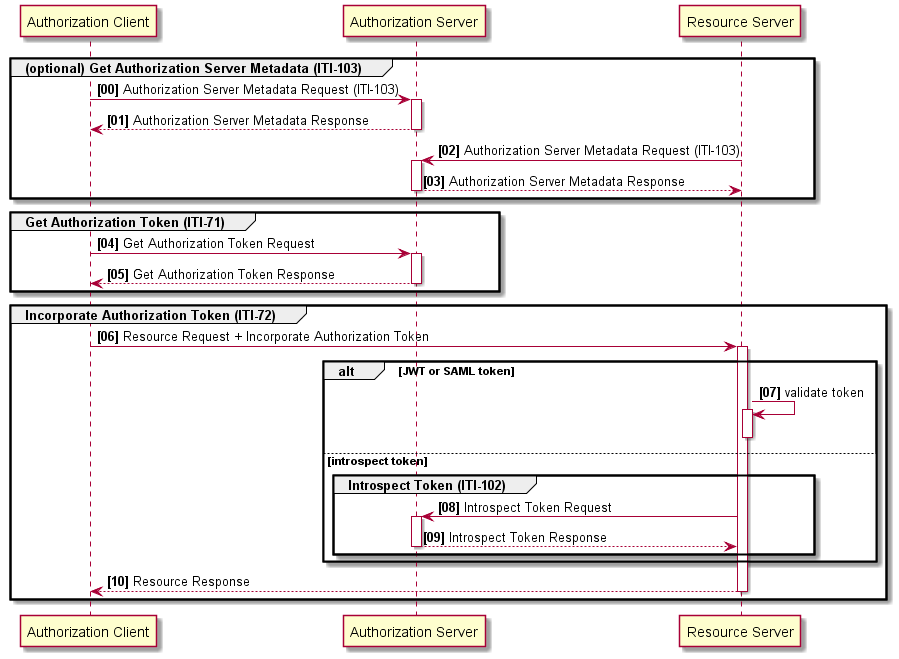
Earlier version of the PlantUML export ITI/IUA/media/basic-flow.png (IHE/publications).
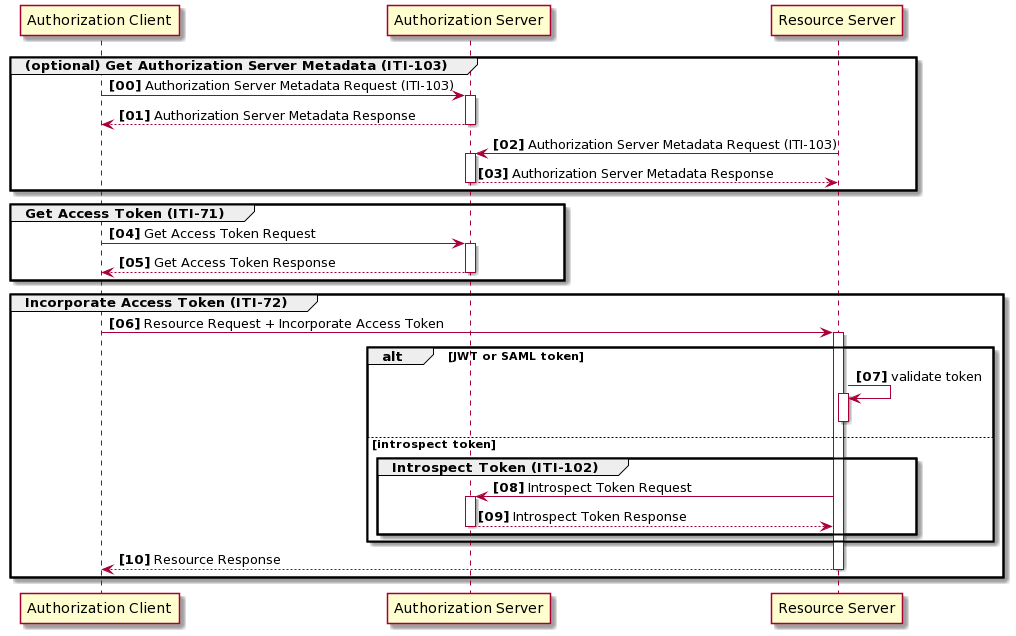
After the change.

Change to the diagram source:
```diff
@@ -1,5 +1,4 @@
-@startuml basic-flow
-
+@startuml
 participant "Authorization Client" as Client
 participant "Authorization Server" as AS
 participant "Resource Server" as RS
@@ -17,14 +16,14 @@
 
 end
 
-group Get Authorization Token (ITI-71)
-    Client -> AS: Get Authorization Token Request
-    Client <-- AS: Get Authorization Token Response
+group Get Access Token (ITI-71)
+    Client -> AS: Get Access Token Request
+    Client <-- AS: Get Access Token Response
 end
 
-group Incorporate Authorization Token (ITI-72)
+group Incorporate Access Token (ITI-72)
 
-Client -> RS : Resource Request + Incorporate Authorization Token
+Client -> RS : Resource Request + Incorporate Access Token
 
 alt JWT or SAML token
   RS -> RS: validate token
@@ -40,5 +39,4 @@
 
 Client <-- RS : Resource Response
 end
-
 @enduml
```
